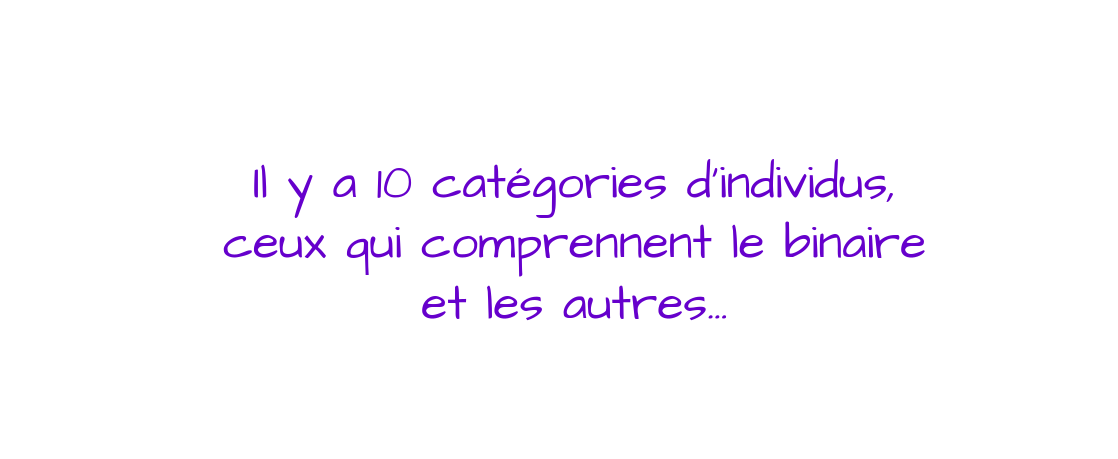
Before: page "BlagueBinaire" (10 of 10) of img/Stepper.drawio in ericECmorlaix/ericECmorlaix.github.io, a draw.io diagram. Source tidied: cells renumbered, new cells numbered last; positions are measured from the earlier drawing's top-left corner, leaving out a move shared by most shapes. Both pictures are drawn from the tidied source at 100%, with x=0, y=0 at pixel (196, 83).
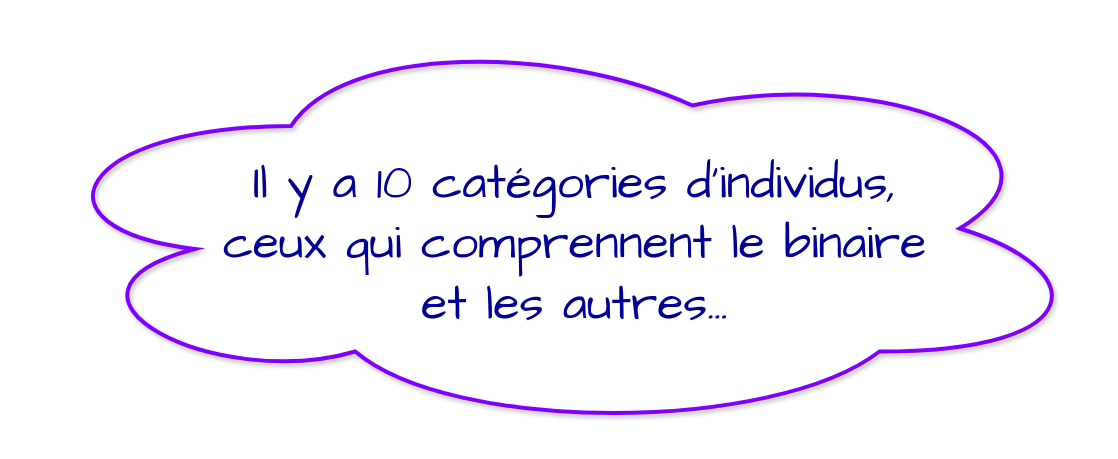
The same diagram, later.

Change to the diagram source:
```diff
@@
 <mxGraphModel>
   <root>
     <mxCell id="0" />
     <mxCell id="1" parent="0" />
-    <mxCell id="2" value="&lt;span style=&quot;font-size: 48px&quot;&gt;&lt;font face=&quot;Comic Sans MS&quot; color=&quot;#6600cc&quot; style=&quot;font-size: 48px&quot;&gt;Il y a 10 catégories d'individus,&lt;br&gt;ceux qui comprennent le binaire&lt;br&gt;et les autres...&lt;/font&gt;&lt;br&gt;&lt;/span&gt;" style="text;html=1;strokeColor=none;fillColor=none;align=center;verticalAlign=middle;whiteSpace=wrap;rounded=0;" parent="1" vertex="1">
+    <mxCell id="2" value="&lt;span style=&quot;font-size: 48px&quot;&gt;&lt;font face=&quot;Comic Sans MS&quot; style=&quot;font-size: 48px&quot; color=&quot;#000099&quot;&gt;Il y a 10 catégories d'individus,&lt;br&gt;ceux qui comprennent le binaire&lt;br&gt;et les autres...&lt;/font&gt;&lt;br&gt;&lt;/span&gt;" style="text;html=1;strokeColor=none;fillColor=none;align=center;verticalAlign=middle;whiteSpace=wrap;rounded=0;" parent="1" vertex="1">
       <mxGeometry width="757" height="320" as="geometry" />
     </mxCell>
+    <mxCell id="3" style="ellipse;shape=cloud;whiteSpace=wrap;html=1;fillColor=none;strokeColor=#7F00FF;strokeWidth=4;shadow=1;" parent="1" vertex="1">
+      <mxGeometry x="-173" y="-60" width="1070" height="410" as="geometry" />
+    </mxCell>
   </root>
 </mxGraphModel>
```
